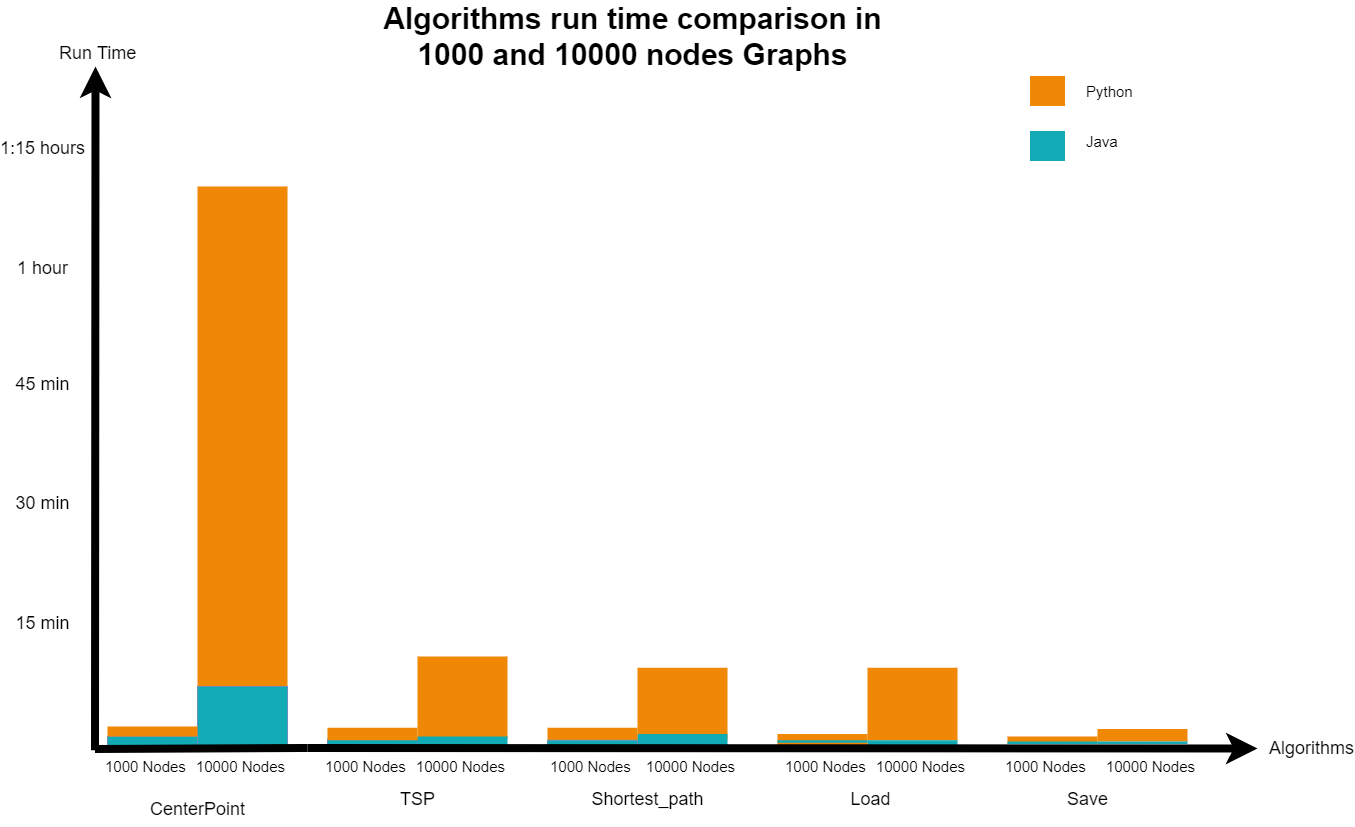
omeradar10/mavo-project keeps this draw.io diagram as Copy of Ex3_oop-image.png. Above is the earlier version. Source tidied: cells renumbered, new cells last; positions are measured from the earlier drawing's top-left corner, leaving out a move shared by most shapes.
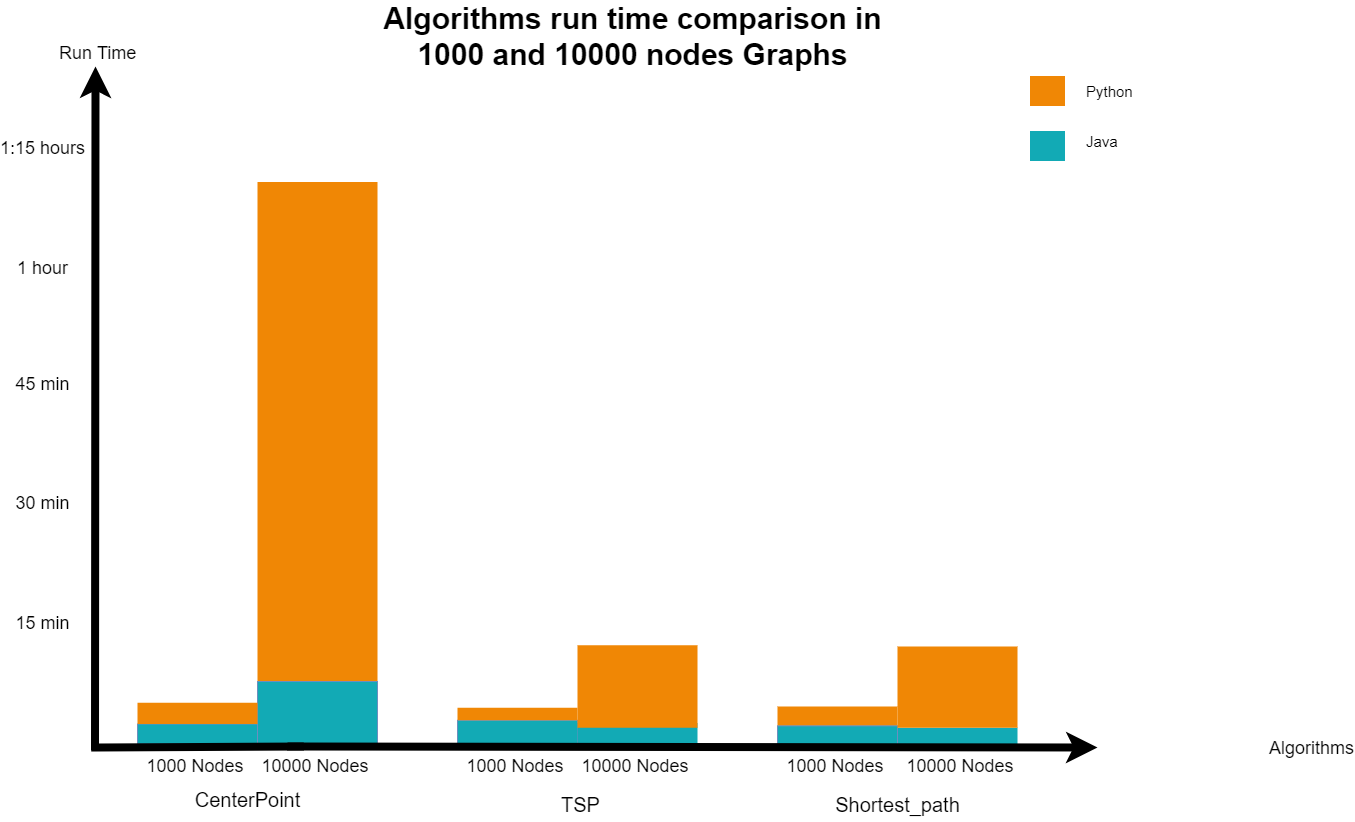
The same diagram one commit later.

Change to the diagram source:
```diff
@@ -2,53 +2,29 @@
   <root>
     <mxCell id="0" />
     <mxCell id="1" parent="0" />
-    <mxCell id="2" style="whiteSpace=wrap;fillColor=#F08705;gradientColor=none;gradientDirection=east;strokeColor=none;html=1;fontColor=#23445d;" parent="1" vertex="1">
-      <mxGeometry x="840" y="651.2" width="90" height="72.5" as="geometry" />
-    </mxCell>
-    <mxCell id="3" style="whiteSpace=wrap;fillColor=#12AAB5;gradientColor=none;gradientDirection=east;strokeColor=none;html=1;fontColor=#23445d;" parent="1" vertex="1">
-      <mxGeometry x="840" y="723.8" width="90" height="7" as="geometry" />
-    </mxCell>
-    <mxCell id="4" style="whiteSpace=wrap;fillColor=#F08705;gradientColor=none;gradientDirection=east;strokeColor=none;html=1;fontColor=#23445d;" parent="1" vertex="1">
-      <mxGeometry x="1070" y="712.5" width="90" height="12.5" as="geometry" />
-    </mxCell>
-    <mxCell id="5" style="whiteSpace=wrap;fillColor=#F08705;gradientColor=none;gradientDirection=east;strokeColor=none;html=1;fontColor=#23445d;" parent="1" vertex="1">
-      <mxGeometry x="980" y="720" width="90" height="7.5" as="geometry" />
-    </mxCell>
-    <mxCell id="6" style="whiteSpace=wrap;fillColor=#F08705;gradientColor=none;gradientDirection=east;strokeColor=none;html=1;fontColor=#23445d;" parent="1" vertex="1">
-      <mxGeometry x="750" y="717.5" width="90" height="12.5" as="geometry" />
-    </mxCell>
-    <mxCell id="7" style="whiteSpace=wrap;fillColor=#12AAB5;gradientColor=none;gradientDirection=east;strokeColor=none;html=1;fontColor=#23445d;" parent="1" vertex="1">
-      <mxGeometry x="750" y="723.8" width="90" height="2.5" as="geometry" />
-    </mxCell>
-    <mxCell id="8" style="whiteSpace=wrap;fillColor=#F08705;gradientColor=none;gradientDirection=east;strokeColor=none;html=1;fontColor=#23445d;" parent="1" vertex="1">
-      <mxGeometry x="610" y="651.2" width="90" height="72.5" as="geometry" />
-    </mxCell>
     <mxCell id="9" style="whiteSpace=wrap;fillColor=#12AAB5;gradientColor=none;gradientDirection=east;strokeColor=none;html=1;fontColor=#23445d;" parent="1" vertex="1">
-      <mxGeometry x="610" y="717.5" width="90" height="12.5" as="geometry" />
+      <mxGeometry x="870" y="711.2" width="120" height="20" as="geometry" />
     </mxCell>
     <mxCell id="10" style="whiteSpace=wrap;fillColor=#F08705;gradientColor=none;gradientDirection=east;strokeColor=none;html=1;fontColor=#23445d;" parent="1" vertex="1">
-      <mxGeometry x="520" y="711.2" width="90" height="12.5" as="geometry" />
+      <mxGeometry x="750" y="690" width="120" height="19.4" as="geometry" />
     </mxCell>
     <mxCell id="11" style="whiteSpace=wrap;fillColor=#12AAB5;gradientDirection=east;strokeColor=#6c8ebf;html=1;" parent="1" vertex="1">
-      <mxGeometry x="520" y="723.8" width="90" height="10" as="geometry" />
+      <mxGeometry x="750" y="709.4" width="120" height="18.8" as="geometry" />
     </mxCell>
     <mxCell id="12" style="whiteSpace=wrap;fillColor=#12AAB5;gradientDirection=east;strokeColor=#6c8ebf;html=1;" parent="1" vertex="1">
-      <mxGeometry x="300" y="722.5" width="90" height="10" as="geometry" />
+      <mxGeometry x="430" y="703.8" width="120" height="26.2" as="geometry" />
     </mxCell>
-    <mxCell id="13" style="whiteSpace=wrap;fillColor=#F08705;gradientColor=none;gradientDirection=east;strokeColor=none;html=1;fontColor=#23445d;" parent="1" vertex="1">
-      <mxGeometry x="390" y="640" width="90" height="82.5" as="geometry" />
-    </mxCell>
     <mxCell id="14" style="whiteSpace=wrap;fillColor=#12AAB5;gradientColor=none;gradientDirection=east;strokeColor=none;html=1;fontColor=#23445d;" parent="1" vertex="1">
-      <mxGeometry x="390" y="720" width="90" height="12.5" as="geometry" />
+      <mxGeometry x="550" y="706.9" width="120" height="21.2" as="geometry" />
     </mxCell>
     <mxCell id="15" style="whiteSpace=wrap;fillColor=#F08705;gradientColor=none;gradientDirection=east;strokeColor=none;html=1;fontColor=#23445d;" parent="1" vertex="1">
-      <mxGeometry x="170" y="170" width="90" height="504.5" as="geometry" />
+      <mxGeometry x="230" y="165.5" width="120" height="504.5" as="geometry" />
     </mxCell>
     <mxCell id="16" style="whiteSpace=wrap;fillColor=#12AAB5;gradientDirection=east;strokeColor=#6c8ebf;html=1;" parent="1" vertex="1">
-      <mxGeometry x="170" y="670" width="90" height="62.5" as="geometry" />
+      <mxGeometry x="230" y="665" width="120" height="62.5" as="geometry" />
     </mxCell>
     <mxCell id="17" style="whiteSpace=wrap;fillColor=#12AAB5;gradientDirection=east;strokeColor=#6c8ebf;html=1;" parent="1" vertex="1">
-      <mxGeometry x="80" y="720" width="90" height="10" as="geometry" />
+      <mxGeometry x="110" y="707.5" width="120" height="20" as="geometry" />
     </mxCell>
     <mxCell id="18" style="edgeStyle=none;html=1;fontColor=#000000;strokeWidth=8;strokeColor=#000000;entryX=0.475;entryY=1.25;entryDx=0;entryDy=0;entryPerimeter=0;" parent="1" edge="1" target="29">
       <mxGeometry relative="1" as="geometry">
@@ -56,25 +32,25 @@
       </mxGeometry>
     </mxCell>
     <mxCell id="19" style="whiteSpace=wrap;fillColor=#F08705;gradientColor=none;gradientDirection=east;strokeColor=none;html=1;fontColor=#23445d;" parent="1" vertex="1">
-      <mxGeometry x="80" y="710" width="90" height="10" as="geometry" />
+      <mxGeometry x="110" y="686.2" width="120" height="21.2" as="geometry" />
     </mxCell>
     <mxCell id="20" style="edgeStyle=none;html=1;fontColor=#000000;strokeWidth=8;strokeColor=#000000;startArrow=none;" parent="1" edge="1">
       <mxGeometry relative="1" as="geometry">
-        <mxPoint x="280" y="731.5" as="sourcePoint" />
-        <mxPoint x="1230" y="732" as="targetPoint" />
+        <mxPoint x="260" y="730" as="sourcePoint" />
+        <mxPoint x="1070" y="731" as="targetPoint" />
       </mxGeometry>
     </mxCell>
     <mxCell id="21" value="Algorithms" style="text;spacingTop=-5;html=1;fontSize=18;fontStyle=0;strokeColor=none;" parent="1" vertex="1">
       <mxGeometry x="1240" y="720" width="80" height="20" as="geometry" />
     </mxCell>
-    <mxCell id="22" value="CenterPoint" style="text;spacingTop=-5;align=center;verticalAlign=middle;fontStyle=0;html=1;fontSize=18;strokeColor=none;" parent="1" vertex="1">
-      <mxGeometry x="110" y="780" width="120" height="30" as="geometry" />
+    <mxCell id="22" value="CenterPoint" style="text;spacingTop=-5;align=center;verticalAlign=middle;fontStyle=0;html=1;fontSize=20;strokeColor=none;" parent="1" vertex="1">
+      <mxGeometry x="160" y="770" width="120" height="30" as="geometry" />
     </mxCell>
-    <mxCell id="23" value="TSP" style="text;spacingTop=-5;align=center;verticalAlign=middle;fontStyle=0;html=1;fontSize=18;strokeColor=none;" parent="1" vertex="1">
-      <mxGeometry x="330" y="770" width="120" height="30" as="geometry" />
+    <mxCell id="23" value="TSP" style="text;spacingTop=-5;align=center;verticalAlign=middle;fontStyle=0;html=1;fontSize=20;strokeColor=none;" parent="1" vertex="1">
+      <mxGeometry x="493" y="775" width="120" height="30" as="geometry" />
     </mxCell>
-    <mxCell id="24" value="Shortest_path" style="text;spacingTop=-5;align=center;verticalAlign=middle;fontStyle=0;html=1;fontSize=18;strokeColor=none;" parent="1" vertex="1">
-      <mxGeometry x="560" y="770" width="120" height="30" as="geometry" />
+    <mxCell id="24" value="Shortest_path" style="text;spacingTop=-5;align=center;verticalAlign=middle;fontStyle=0;html=1;fontSize=20;strokeColor=none;" parent="1" vertex="1">
+      <mxGeometry x="810" y="775" width="120" height="30" as="geometry" />
     </mxCell>
     <mxCell id="25" style="whiteSpace=wrap;fillColor=#12AAB5;gradientColor=none;gradientDirection=east;strokeColor=none;html=1;fontColor=#23445d;" parent="1" vertex="1">
       <mxGeometry x="1002.5" y="114.5" width="35" height="30" as="geometry" />
@@ -103,62 +79,44 @@
     <mxCell id="33" value="&lt;font style=&quot;font-size: 30px&quot;&gt;Algorithms run time comparison in&lt;br&gt;1000 and 10000 nodes Graphs&lt;br&gt;&lt;/font&gt;" style="text;spacingTop=-5;align=center;verticalAlign=middle;fontSize=30;fontStyle=1;html=1;" parent="1" vertex="1">
       <mxGeometry x="200" width="810" height="45" as="geometry" />
     </mxCell>
-    <mxCell id="34" value="Load" style="text;spacingTop=-5;align=center;verticalAlign=middle;fontStyle=0;html=1;fontSize=18;strokeColor=none;" parent="1" vertex="1">
-      <mxGeometry x="782.5" y="770" width="120" height="30" as="geometry" />
-    </mxCell>
     <mxCell id="35" value="1 hour" style="text;spacingTop=-5;align=center;verticalAlign=middle;fontStyle=0;html=1;fontSize=18;" parent="1" vertex="1">
       <mxGeometry y="190" width="30" height="130" as="geometry" />
     </mxCell>
     <mxCell id="36" value="1:15 hours" style="text;spacingTop=-5;align=center;verticalAlign=middle;fontStyle=0;html=1;fontSize=18;" parent="1" vertex="1">
       <mxGeometry y="70" width="30" height="130" as="geometry" />
     </mxCell>
-    <mxCell id="37" value="1000 Nodes&amp;nbsp;" style="text;html=1;align=center;verticalAlign=middle;strokeColor=none;fillColor=none;fontSize=15;" parent="1" vertex="1">
-      <mxGeometry x="80" y="740" width="80" height="20" as="geometry" />
+    <mxCell id="37" value="1000 Nodes&amp;nbsp;" style="text;html=1;align=center;verticalAlign=middle;strokeColor=none;fillColor=none;fontSize=18;" parent="1" vertex="1">
+      <mxGeometry x="130" y="740" width="80" height="20" as="geometry" />
     </mxCell>
-    <mxCell id="38" value="10000 Nodes&amp;nbsp;" style="text;html=1;align=center;verticalAlign=middle;strokeColor=none;fillColor=none;fontSize=15;" parent="1" vertex="1">
-      <mxGeometry x="170" y="740" width="90" height="20" as="geometry" />
+    <mxCell id="38" value="10000 Nodes&amp;nbsp;" style="text;html=1;align=center;verticalAlign=middle;strokeColor=none;fillColor=none;fontSize=18;" parent="1" vertex="1">
+      <mxGeometry x="245" y="740" width="90" height="20" as="geometry" />
     </mxCell>
-    <mxCell id="39" value="1000 Nodes&amp;nbsp;" style="text;html=1;align=center;verticalAlign=middle;strokeColor=none;fillColor=none;fontSize=15;" parent="1" vertex="1">
-      <mxGeometry x="300" y="740" width="80" height="20" as="geometry" />
+    <mxCell id="39" value="1000 Nodes&amp;nbsp;" style="text;html=1;align=center;verticalAlign=middle;strokeColor=none;fillColor=none;fontSize=18;" parent="1" vertex="1">
+      <mxGeometry x="450" y="740" width="80" height="20" as="geometry" />
     </mxCell>
-    <mxCell id="40" value="10000 Nodes&amp;nbsp;" style="text;html=1;align=center;verticalAlign=middle;strokeColor=none;fillColor=none;fontSize=15;" parent="1" vertex="1">
-      <mxGeometry x="390" y="740" width="90" height="20" as="geometry" />
+    <mxCell id="40" value="10000 Nodes&amp;nbsp;" style="text;html=1;align=center;verticalAlign=middle;strokeColor=none;fillColor=none;fontSize=18;" parent="1" vertex="1">
+      <mxGeometry x="565" y="740" width="90" height="20" as="geometry" />
     </mxCell>
-    <mxCell id="41" value="1000 Nodes&amp;nbsp;" style="text;html=1;align=center;verticalAlign=middle;strokeColor=none;fillColor=none;fontSize=15;" parent="1" vertex="1">
-      <mxGeometry x="525" y="740" width="80" height="20" as="geometry" />
+    <mxCell id="41" value="1000 Nodes&amp;nbsp;" style="text;html=1;align=center;verticalAlign=middle;strokeColor=none;fillColor=none;fontSize=18;" parent="1" vertex="1">
+      <mxGeometry x="770" y="740" width="80" height="20" as="geometry" />
     </mxCell>
-    <mxCell id="42" value="10000 Nodes&amp;nbsp;" style="text;html=1;align=center;verticalAlign=middle;strokeColor=none;fillColor=none;fontSize=15;" parent="1" vertex="1">
-      <mxGeometry x="620" y="740" width="90" height="20" as="geometry" />
+    <mxCell id="42" value="10000 Nodes&amp;nbsp;" style="text;html=1;align=center;verticalAlign=middle;strokeColor=none;fillColor=none;fontSize=18;" parent="1" vertex="1">
+      <mxGeometry x="890" y="740" width="90" height="20" as="geometry" />
     </mxCell>
-    <mxCell id="43" value="10000 Nodes&amp;nbsp;" style="text;html=1;align=center;verticalAlign=middle;strokeColor=none;fillColor=none;fontSize=15;" parent="1" vertex="1">
-      <mxGeometry x="850" y="740" width="90" height="20" as="geometry" />
-    </mxCell>
-    <mxCell id="44" value="1000 Nodes&amp;nbsp;" style="text;html=1;align=center;verticalAlign=middle;strokeColor=none;fillColor=none;fontSize=15;" parent="1" vertex="1">
-      <mxGeometry x="760" y="740" width="80" height="20" as="geometry" />
-    </mxCell>
-    <mxCell id="45" value="Save" style="text;spacingTop=-5;align=center;verticalAlign=middle;fontStyle=0;html=1;fontSize=18;strokeColor=none;" parent="1" vertex="1">
-      <mxGeometry x="1000" y="770" width="120" height="30" as="geometry" />
-    </mxCell>
-    <mxCell id="46" value="1000 Nodes&amp;nbsp;" style="text;html=1;align=center;verticalAlign=middle;strokeColor=none;fillColor=none;fontSize=15;" parent="1" vertex="1">
-      <mxGeometry x="980" y="740" width="80" height="20" as="geometry" />
-    </mxCell>
-    <mxCell id="47" value="10000 Nodes&amp;nbsp;" style="text;html=1;align=center;verticalAlign=middle;strokeColor=none;fillColor=none;fontSize=15;" parent="1" vertex="1">
-      <mxGeometry x="1080" y="740" width="90" height="20" as="geometry" />
-    </mxCell>
     <mxCell id="48" style="edgeStyle=none;html=1;fontColor=#000000;strokeWidth=8;strokeColor=#000000;endArrow=none;" parent="1" edge="1">
       <mxGeometry relative="1" as="geometry">
-        <mxPoint x="67.5" y="732.5" as="sourcePoint" />
-        <mxPoint x="280" y="731.5" as="targetPoint" />
+        <mxPoint x="63.8" y="731" as="sourcePoint" />
+        <mxPoint x="276.2" y="730" as="targetPoint" />
       </mxGeometry>
     </mxCell>
     <mxCell id="49" style="whiteSpace=wrap;fillColor=#F08705;gradientColor=none;gradientDirection=east;strokeColor=none;html=1;fontColor=#23445d;" parent="1" vertex="1">
-      <mxGeometry x="300" y="711.2" width="90" height="12.5" as="geometry" />
+      <mxGeometry x="430" y="691.2" width="120" height="12.5" as="geometry" />
     </mxCell>
-    <mxCell id="50" style="whiteSpace=wrap;fillColor=#12AAB5;gradientColor=none;gradientDirection=east;strokeColor=none;html=1;fontColor=#23445d;" parent="1" vertex="1">
-      <mxGeometry x="1070" y="725" width="90" height="2.5" as="geometry" />
-    </mxCell>
-    <mxCell id="51" style="whiteSpace=wrap;fillColor=#12AAB5;gradientColor=none;gradientDirection=east;strokeColor=none;html=1;fontColor=#23445d;" parent="1" vertex="1">
-      <mxGeometry x="980" y="725" width="90" height="2.5" as="geometry" />
-    </mxCell>
+    <mxCell id="13" style="whiteSpace=wrap;fillColor=#F08705;gradientColor=none;gradientDirection=east;strokeColor=none;html=1;fontColor=#23445d;" parent="1" vertex="1">
+      <mxGeometry x="550" y="628.8" width="120" height="82.5" as="geometry" />
+    </mxCell>
+    <mxCell id="8" style="whiteSpace=wrap;fillColor=#F08705;gradientColor=none;gradientDirection=east;strokeColor=none;html=1;fontColor=#23445d;" parent="1" vertex="1">
+      <mxGeometry x="870" y="630" width="120" height="81.2" as="geometry" />
+    </mxCell>
   </root>
 </mxGraphModel>
```
